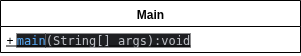
Before: VOPCVerificaDisponibilitaGiornale.drawio.png, a diagram exported from draw.io (ilciro/BookShopOnline25). Source tidied: cells renumbered, new cells last; positions are measured from the earlier drawing's top-left corner, leaving out a move shared by most shapes.
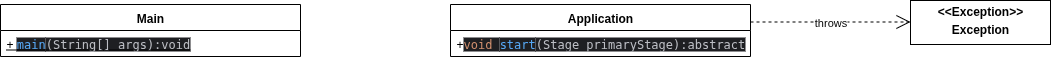
The same file after the commit.

Diff of the diagram source:
```diff
@@ -8,5 +8,20 @@
     <mxCell id="3" value="&lt;u&gt;+&amp;nbsp;&lt;span style=&quot;font-family: &amp;quot;JetBrains Mono&amp;quot;, monospace; background-color: rgb(30, 31, 34); color: rgb(86, 168, 245);&quot;&gt;main&lt;/span&gt;&lt;span style=&quot;font-family: &amp;quot;JetBrains Mono&amp;quot;, monospace; background-color: rgb(30, 31, 34); color: rgb(188, 190, 196);&quot;&gt;(String[] args):void&lt;/span&gt;&lt;/u&gt;" style="text;strokeColor=none;fillColor=none;align=left;verticalAlign=top;spacingLeft=4;spacingRight=4;overflow=hidden;whiteSpace=wrap;html=1;" parent="2" vertex="1">
       <mxGeometry y="26" width="300" height="26" as="geometry" />
     </mxCell>
+    <mxCell id="4" value="Application" style="swimlane;fontStyle=1;align=center;verticalAlign=top;horizontal=1;startSize=26;whiteSpace=wrap;html=1;" parent="1" vertex="1">
+      <mxGeometry x="450" width="300" height="52" as="geometry" />
+    </mxCell>
+    <mxCell id="5" value="+&lt;span style=&quot;font-family: &amp;quot;JetBrains Mono&amp;quot;, monospace; background-color: rgb(30, 31, 34); color: rgb(207, 142, 109);&quot;&gt;void &lt;/span&gt;&lt;span style=&quot;font-family: &amp;quot;JetBrains Mono&amp;quot;, monospace; background-color: rgb(30, 31, 34); color: rgb(86, 168, 245);&quot;&gt;start&lt;/span&gt;&lt;span style=&quot;font-family: &amp;quot;JetBrains Mono&amp;quot;, monospace; background-color: rgb(30, 31, 34); color: rgb(188, 190, 196);&quot;&gt;(Stage primaryStage):abstract&lt;/span&gt;" style="text;strokeColor=none;fillColor=none;align=left;verticalAlign=top;spacingLeft=4;spacingRight=4;overflow=hidden;whiteSpace=wrap;html=1;" parent="4" vertex="1">
+      <mxGeometry y="26" width="300" height="26" as="geometry" />
+    </mxCell>
+    <mxCell id="6" value="&lt;p style=&quot;margin:0px;margin-top:4px;text-align:center;&quot;&gt;&lt;b&gt;&amp;lt;&amp;lt;Exception&amp;gt;&amp;gt;&lt;/b&gt;&lt;/p&gt;&lt;p style=&quot;margin:0px;margin-top:4px;text-align:center;&quot;&gt;&lt;b&gt;Exception&lt;/b&gt;&lt;/p&gt;" style="verticalAlign=top;align=left;overflow=fill;html=1;whiteSpace=wrap;" parent="1" vertex="1">
+      <mxGeometry x="910" y="-4" width="140" height="44" as="geometry" />
+    </mxCell>
+    <mxCell id="7" value="throws" style="endArrow=open;endSize=12;dashed=1;html=1;rounded=0;" parent="1" edge="1">
+      <mxGeometry relative="1" as="geometry">
+        <mxPoint x="750" y="17.5" as="sourcePoint" />
+        <mxPoint x="910" y="17.5" as="targetPoint" />
+      </mxGeometry>
+    </mxCell>
   </root>
 </mxGraphModel>
```
